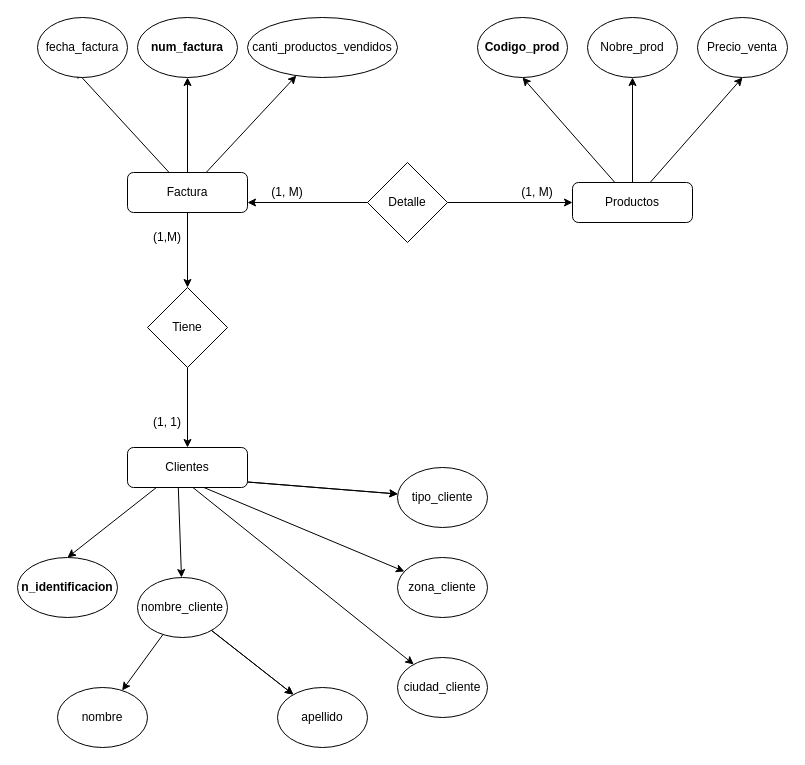
Earlier version of the draw.io diagram Diagrama sin título.drawio (CarlosOrtiz-21/Python-Proyects). Source tidied: cells renumbered, new cells numbered last; positions are measured from the earlier drawing's top-left corner, leaving out a move shared by most shapes. Both pictures are drawn from the tidied source at 100%, with x=0, y=0 at pixel (17, 17).
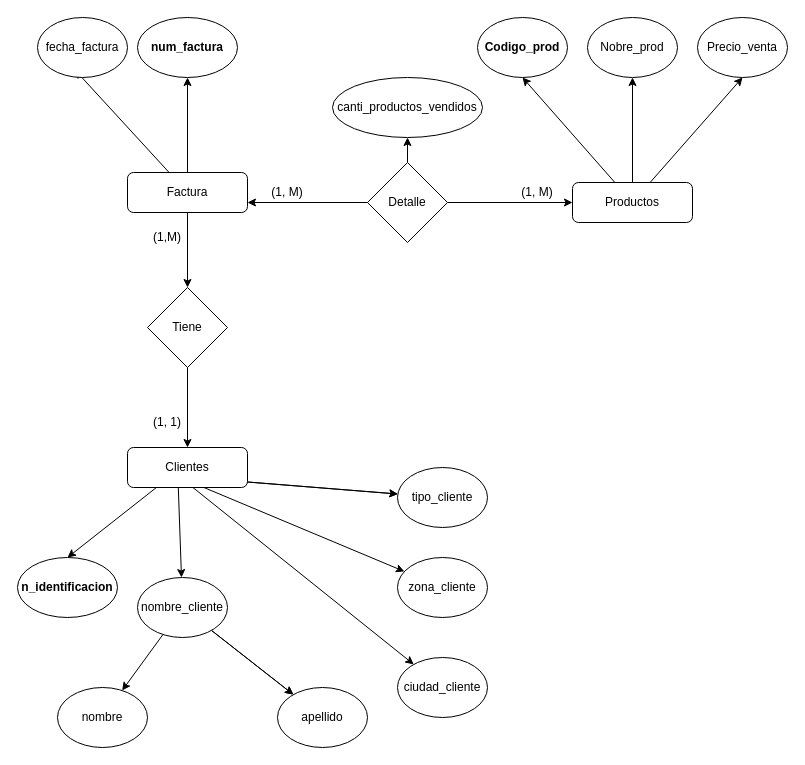
After the change.

The change refers to these unchanged cells:
```xml
<mxCell id="6" value="Factura" style="rounded=1;whiteSpace=wrap;html=1;" parent="1" vertex="1">
  <mxGeometry x="110" y="155" width="120" height="40" as="geometry" />
</mxCell>
<mxCell id="35" value="Detalle" style="rhombus;whiteSpace=wrap;html=1;" parent="1" vertex="1">
  <mxGeometry x="350" y="145" width="80" height="80" as="geometry" />
</mxCell>
```

What changed in the source:
```diff
@@
-    <mxCell id="4" style="edgeStyle=none;rounded=0;jettySize=auto;html=1;" parent="1" edge="1" source="6" target="9">
+    <mxCell id="4" style="edgeStyle=none;rounded=0;jettySize=auto;html=1;exitX=0.5;exitY=0;exitDx=0;exitDy=0;" parent="1" edge="1" source="35" target="9">
       <mxGeometry relative="1" as="geometry" />
     </mxCell>
@@
     <mxCell id="9" value="canti_productos_vendidos" style="ellipse;whiteSpace=wrap;html=1;" parent="1" vertex="1">
-      <mxGeometry x="230" width="150" height="60" as="geometry" />
+      <mxGeometry x="315" y="60" width="150" height="60" as="geometry" />
     </mxCell>
```
